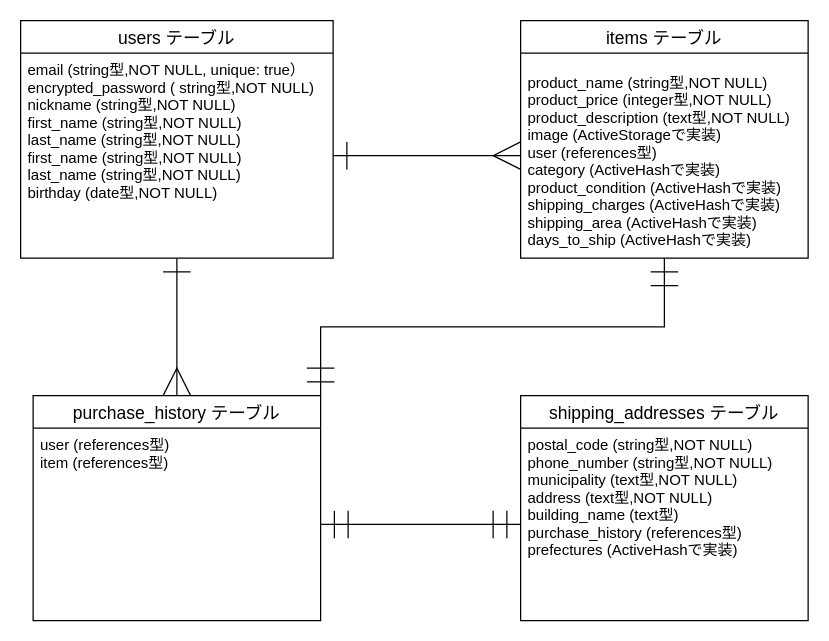
Before: .dio in YamadaMasao-3d/furima-32042, a draw.io diagram. Source tidied: cells renumbered, new cells numbered last; positions are measured from the earlier drawing's top-left corner, leaving out a move shared by most shapes. Both pictures are drawn from the tidied source at 125%, with x=0, y=0 at pixel (20, 20).
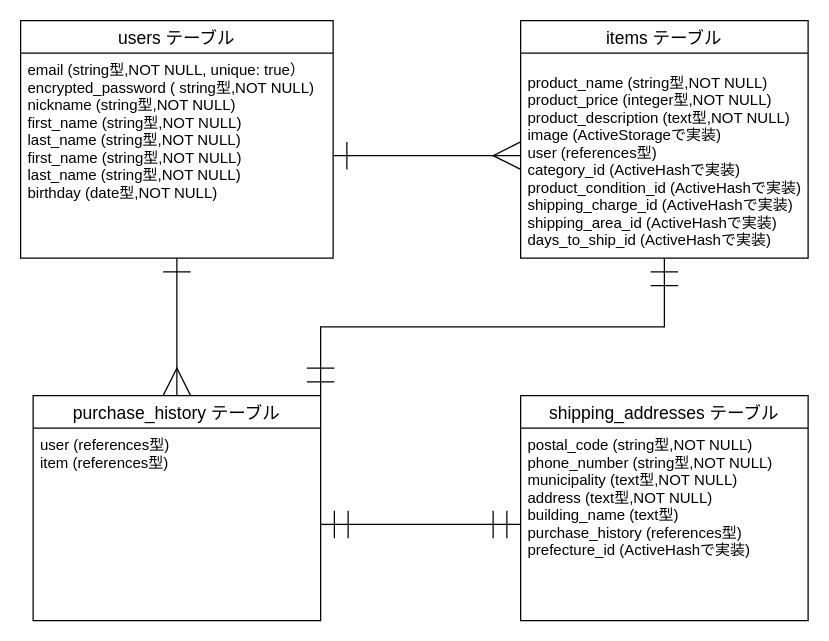
The same diagram, later.

Commit message (it also covers changes not shown here):
ER図&README修正(3回目)

Diff of the diagram source:
```diff
@@
 <mxGraphModel>
   <root>
     <mxCell id="0" />
     <mxCell id="1" parent="0" />
     <mxCell id="2" style="edgeStyle=orthogonalEdgeStyle;rounded=0;jettySize=auto;html=1;exitX=0.5;exitY=1;exitDx=0;exitDy=0;entryX=0.5;entryY=0;entryDx=0;entryDy=0;startArrow=ERone;startFill=0;startSize=20;endArrow=ERmany;endFill=0;endSize=20;strokeWidth=1;" parent="1" edge="1" source="10" target="5">
       <mxGeometry relative="1" as="geometry">
         <Array as="points">
           <mxPoint x="125" y="230" />
           <mxPoint x="125" y="230" />
         </Array>
       </mxGeometry>
     </mxCell>
     <mxCell id="3" style="edgeStyle=orthogonalEdgeStyle;rounded=0;jettySize=auto;html=1;entryX=1;entryY=0;entryDx=0;entryDy=0;startArrow=ERmandOne;startFill=0;startSize=20;endArrow=ERmandOne;endFill=0;endSize=20;strokeWidth=1;exitX=0.5;exitY=1;exitDx=0;exitDy=0;" parent="1" edge="1" source="12" target="5">
       <mxGeometry relative="1" as="geometry" />
     </mxCell>
-    <mxCell id="4" value="product_name (string型,NOT NULL)&#10;product_price (integer型,NOT NULL)&#10;product_description (text型,NOT NULL)&#10;image (ActiveStorageで実装)&#10;user (references型)&#10;category (ActiveHashで実装)&#10;product_condition (ActiveHashで実装)&#10;shipping_charges (ActiveHashで実装)&#10;shipping_area (ActiveHashで実装)&#10;days_to_ship (ActiveHashで実装)" style="text;strokeColor=none;fillColor=none;spacingLeft=4;spacingRight=4;overflow=hidden;fontSize=12;" parent="1" vertex="1">
+    <mxCell id="4" value="product_name (string型,NOT NULL)&#10;product_price (integer型,NOT NULL)&#10;product_description (text型,NOT NULL)&#10;image (ActiveStorageで実装)&#10;user (references型)&#10;category_id (ActiveHashで実装)&#10;product_condition_id (ActiveHashで実装)&#10;shipping_charge_id (ActiveHashで実装)&#10;shipping_area_id (ActiveHashで実装)&#10;days_to_ship_id (ActiveHashで実装)" style="text;strokeColor=none;fillColor=none;spacingLeft=4;spacingRight=4;overflow=hidden;fontSize=12;" parent="1" vertex="1">
       <mxGeometry x="400" y="36" width="230" height="154" as="geometry" />
     </mxCell>
     <mxCell id="5" value="purchase_history テーブル" style="swimlane;fontStyle=0;horizontal=1;startSize=26;align=center;fontSize=14;" parent="1" vertex="1">
       <mxGeometry x="10" y="300" width="230" height="180" as="geometry" />
     </mxCell>
     <mxCell id="6" value="user (references型)&#10;item (references型)" style="text;strokeColor=none;fillColor=none;spacingLeft=4;spacingRight=4;overflow=hidden;points=[[0,0.5],[1,0.5]];portConstraint=eastwest;fontSize=12;" parent="5" vertex="1">
       <mxGeometry y="26" width="230" height="154" as="geometry" />
     </mxCell>
     <mxCell id="7" value="shipping_addresses テーブル" style="swimlane;fontStyle=0;horizontal=1;startSize=26;align=center;fontSize=14;" parent="1" vertex="1">
       <mxGeometry x="400" y="300" width="230" height="180" as="geometry" />
     </mxCell>
-    <mxCell id="8" value="postal_code (string型,NOT NULL)&#10;phone_number (string型,NOT NULL)&#10;municipality (text型,NOT NULL)&#10;address (text型,NOT NULL)&#10;building_name (text型)&#10;purchase_history (references型)&#10;prefectures (ActiveHashで実装)" style="text;strokeColor=none;fillColor=none;spacingLeft=4;spacingRight=4;overflow=hidden;points=[[0,0.5],[1,0.5]];portConstraint=eastwest;fontSize=12;" parent="7" vertex="1">
+    <mxCell id="8" value="postal_code (string型,NOT NULL)&#10;phone_number (string型,NOT NULL)&#10;municipality (text型,NOT NULL)&#10;address (text型,NOT NULL)&#10;building_name (text型)&#10;purchase_history (references型)&#10;prefecture_id (ActiveHashで実装)" style="text;strokeColor=none;fillColor=none;spacingLeft=4;spacingRight=4;overflow=hidden;points=[[0,0.5],[1,0.5]];portConstraint=eastwest;fontSize=12;" parent="7" vertex="1">
       <mxGeometry y="26" width="230" height="154" as="geometry" />
     </mxCell>
     <mxCell id="9" style="edgeStyle=orthogonalEdgeStyle;rounded=0;jettySize=auto;html=1;exitX=1;exitY=0.5;exitDx=0;exitDy=0;entryX=0;entryY=0.5;entryDx=0;entryDy=0;startArrow=ERmandOne;startFill=0;startSize=20;endArrow=ERmandOne;endFill=0;endSize=20;strokeWidth=1;" parent="1" edge="1" source="6" target="8">
       <mxGeometry relative="1" as="geometry" />
     </mxCell>
     <mxCell id="10" value="users テーブル" style="swimlane;fontStyle=0;horizontal=1;startSize=26;align=center;fontSize=14;" parent="1" vertex="1">
       <mxGeometry width="250" height="190" as="geometry" />
     </mxCell>
     <mxCell id="11" value="email (string型,NOT NULL, unique: true）&#10;encrypted_password ( string型,NOT NULL)&#10;nickname (string型,NOT NULL)&#10;first_name (string型,NOT NULL)&#10;last_name (string型,NOT NULL)&#10;first_name (string型,NOT NULL)&#10;last_name (string型,NOT NULL)&#10;birthday (date型,NOT NULL)&#10;" style="text;strokeColor=none;fillColor=none;spacingLeft=4;spacingRight=4;overflow=hidden;points=[[0,0.5],[1,0.5]];portConstraint=eastwest;fontSize=12;" parent="10" vertex="1">
       <mxGeometry y="26" width="250" height="164" as="geometry" />
     </mxCell>
     <mxCell id="12" value="items テーブル" style="swimlane;fontStyle=0;horizontal=1;startSize=26;align=center;fontSize=14;" parent="1" vertex="1">
       <mxGeometry x="400" width="230" height="190" as="geometry" />
     </mxCell>
     <mxCell id="13" style="edgeStyle=orthogonalEdgeStyle;rounded=0;jettySize=auto;html=1;exitX=1;exitY=0.5;exitDx=0;exitDy=0;startArrow=ERone;startFill=0;endArrow=ERmany;endFill=0;endSize=20;startSize=20;" parent="1" edge="1" source="11">
       <mxGeometry relative="1" as="geometry">
         <mxPoint x="400" y="108" as="targetPoint" />
       </mxGeometry>
     </mxCell>
   </root>
 </mxGraphModel>
```
